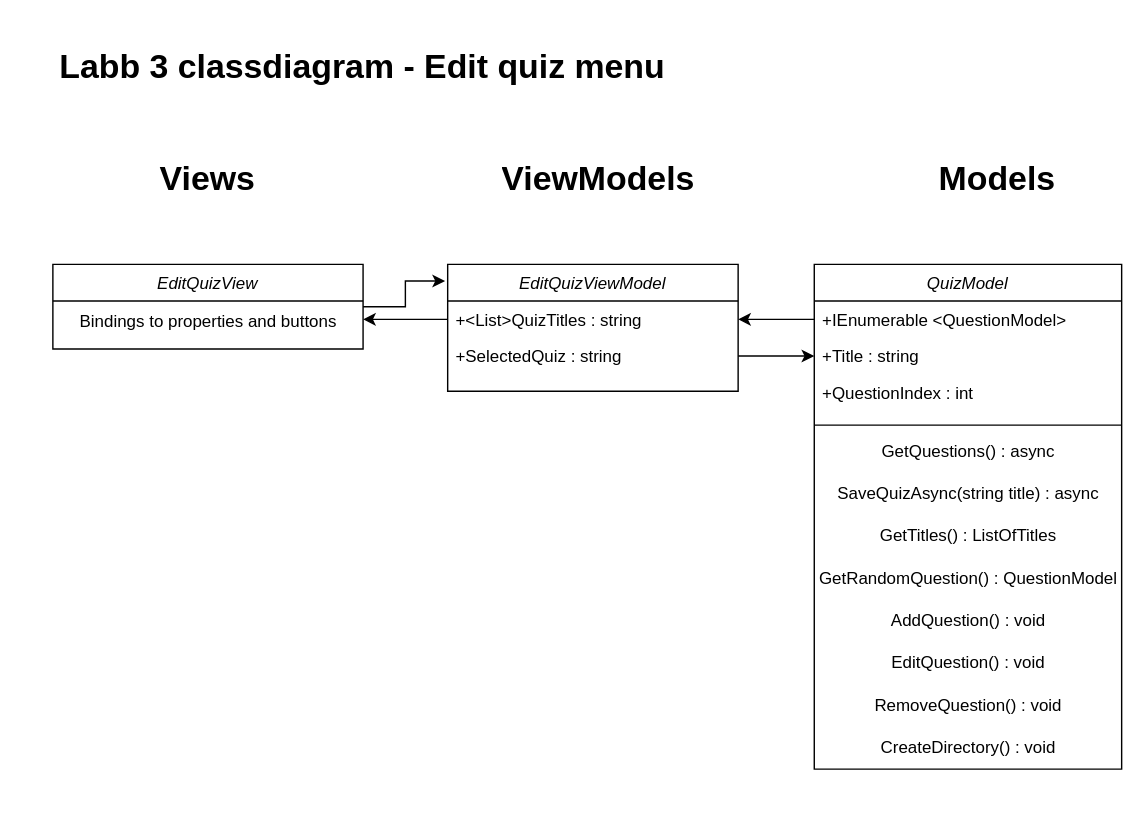
MagSandberg/Labb3-Ressurrection keeps this draw.io diagram as Labb3-Ressurrection/Models/Namnlöst diagram.drawio. Above is the earlier version. Source tidied: cells renumbered, new cells numbered last; positions are measured from the earlier drawing's top-left corner, leaving out a move shared by most shapes. Both pictures are drawn from the tidied source at 141%, with x=0, y=0 at pixel (52, 38).
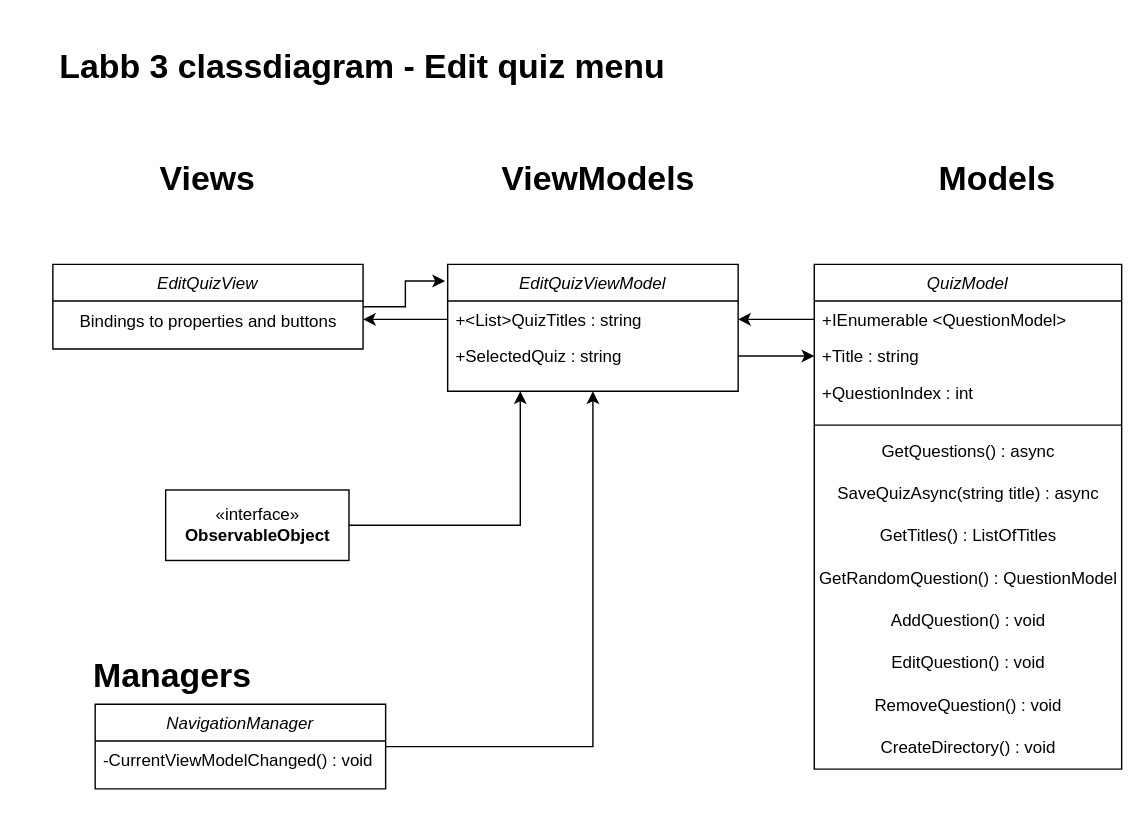
Above is the later version.

Unchanged cells that the change refers to:
```xml
<mxCell id="6" value="EditQuizViewModel" style="swimlane;fontStyle=2;align=center;verticalAlign=top;horizontal=1;startSize=26;rounded=0;shadow=0;strokeWidth=1;" parent="1" vertex="1">
  <mxGeometry x="280" y="160" width="206" height="90" as="geometry" />
</mxCell>
```

Change to the diagram source:
```diff
@@
+    <mxCell id="28" style="edgeStyle=orthogonalEdgeStyle;rounded=0;jettySize=auto;html=1;entryX=0.25;entryY=1;entryDx=0;entryDy=0;" parent="1" edge="1" source="29" target="6">
+      <mxGeometry relative="1" as="geometry" />
+    </mxCell>
+    <mxCell id="29" value="«interface»&lt;br&gt;&lt;b&gt;ObservableObject&lt;/b&gt;" style="html=1;" parent="1" vertex="1">
+      <mxGeometry x="80" y="320" width="130" height="50" as="geometry" />
+    </mxCell>
+    <mxCell id="30" value="&lt;h1&gt;Managers&lt;/h1&gt;" style="text;html=1;strokeColor=none;fillColor=none;spacing=5;spacingTop=-20;whiteSpace=wrap;overflow=hidden;rounded=0;align=center;" parent="1" vertex="1">
+      <mxGeometry x="-20" y="432" width="210" height="40" as="geometry" />
+    </mxCell>
+    <mxCell id="31" style="edgeStyle=orthogonalEdgeStyle;rounded=0;jettySize=auto;html=1;entryX=0.5;entryY=1;entryDx=0;entryDy=0;" parent="1" edge="1" source="32" target="6">
+      <mxGeometry relative="1" as="geometry" />
+    </mxCell>
+    <mxCell id="32" value="NavigationManager" style="swimlane;fontStyle=2;align=center;verticalAlign=top;horizontal=1;startSize=26;rounded=0;shadow=0;strokeWidth=1;" parent="1" vertex="1">
+      <mxGeometry x="30" y="472" width="206" height="60" as="geometry" />
+    </mxCell>
+    <mxCell id="33" value="-CurrentViewModelChanged() : void" style="text;align=left;verticalAlign=top;spacingLeft=4;spacingRight=4;overflow=hidden;" parent="32" vertex="1">
+      <mxGeometry y="26" width="206" height="26" as="geometry" />
+    </mxCell>
```
